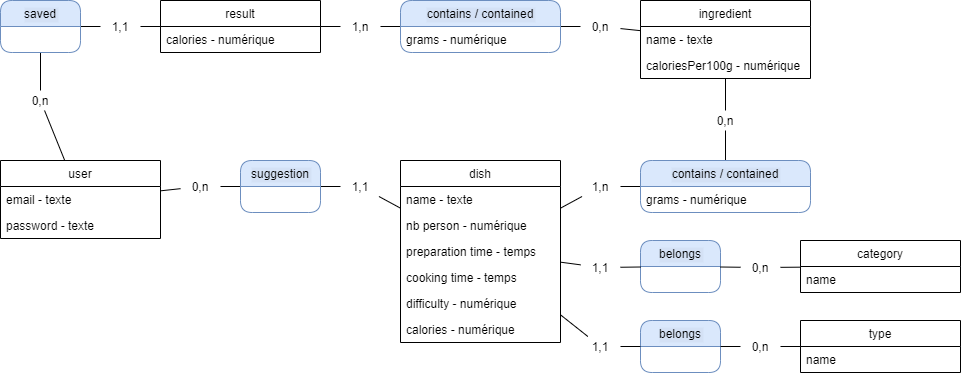
Before: Documentation/mcd.png, a diagram exported from draw.io (DrSouka/DishCC). Source tidied: cells renumbered, new cells last; positions are measured from the earlier drawing's top-left corner, leaving out a move shared by most shapes.
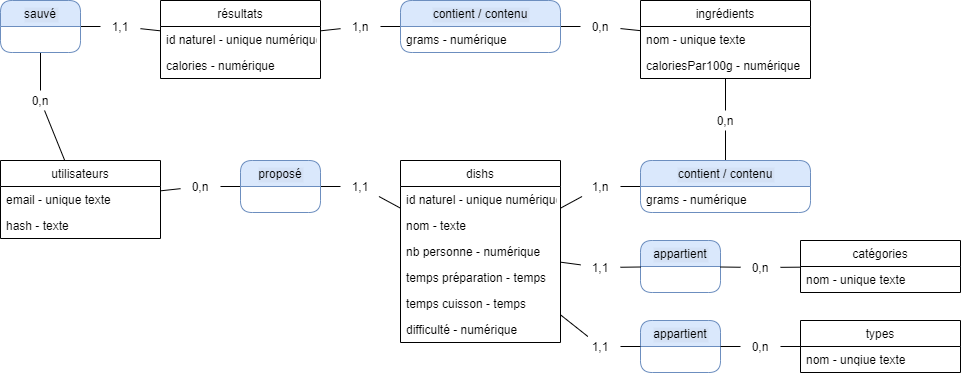
Above is the later version.

Change to the diagram source:
```diff
@@ -20,36 +20,36 @@
     <mxCell id="7" style="endArrow=none;html=1;" parent="1" edge="1" source="64" target="6">
       <mxGeometry relative="1" as="geometry" />
     </mxCell>
-    <mxCell id="8" value="user" style="swimlane;fontStyle=0;horizontal=1;startSize=26;fillColor=none;" parent="1" vertex="1">
+    <mxCell id="8" value="utilisateurs" style="swimlane;fontStyle=0;horizontal=1;startSize=26;fillColor=none;" parent="1" vertex="1">
       <mxGeometry y="160" width="160" height="78" as="geometry" />
     </mxCell>
-    <mxCell id="9" value="email - texte" style="text;strokeColor=none;fillColor=none;align=left;verticalAlign=top;spacingLeft=4;spacingRight=4;overflow=hidden;" parent="8" vertex="1">
+    <mxCell id="9" value="email - unique texte" style="text;strokeColor=none;fillColor=none;align=left;verticalAlign=top;spacingLeft=4;spacingRight=4;overflow=hidden;" parent="8" vertex="1">
       <mxGeometry y="26" width="160" height="26" as="geometry" />
     </mxCell>
-    <mxCell id="10" value="password - texte" style="text;strokeColor=none;fillColor=none;align=left;verticalAlign=top;spacingLeft=4;spacingRight=4;overflow=hidden;" parent="8" vertex="1">
+    <mxCell id="10" value="hash - texte" style="text;strokeColor=none;fillColor=none;align=left;verticalAlign=top;spacingLeft=4;spacingRight=4;overflow=hidden;" parent="8" vertex="1">
       <mxGeometry y="52" width="160" height="26" as="geometry" />
     </mxCell>
-    <mxCell id="11" value="dish" style="swimlane;fontStyle=0;horizontal=1;startSize=26;fillColor=none;" parent="1" vertex="1">
+    <mxCell id="11" value="dishs" style="swimlane;fontStyle=0;horizontal=1;startSize=26;fillColor=none;" parent="1" vertex="1">
       <mxGeometry x="400" y="160" width="160" height="182" as="geometry" />
     </mxCell>
+    <mxCell id="65" value="id naturel - unique numérique" style="text;strokeColor=none;fillColor=none;align=left;verticalAlign=top;spacingLeft=4;spacingRight=4;overflow=hidden;" parent="11" vertex="1">
+      <mxGeometry y="26" width="160" height="26" as="geometry" />
+    </mxCell>
-    <mxCell id="12" value="name - texte" style="text;strokeColor=none;fillColor=none;align=left;verticalAlign=top;spacingLeft=4;spacingRight=4;overflow=hidden;" parent="11" vertex="1">
-      <mxGeometry y="26" width="160" height="26" as="geometry" />
+    <mxCell id="12" value="nom - texte" style="text;strokeColor=none;fillColor=none;align=left;verticalAlign=top;spacingLeft=4;spacingRight=4;overflow=hidden;" parent="11" vertex="1">
+      <mxGeometry y="52" width="160" height="26" as="geometry" />
     </mxCell>
-    <mxCell id="13" value="nb person - numérique" style="text;strokeColor=none;fillColor=none;align=left;verticalAlign=top;spacingLeft=4;spacingRight=4;overflow=hidden;" parent="11" vertex="1">
-      <mxGeometry y="52" width="160" height="26" as="geometry" />
+    <mxCell id="13" value="nb personne - numérique" style="text;strokeColor=none;fillColor=none;align=left;verticalAlign=top;spacingLeft=4;spacingRight=4;overflow=hidden;" parent="11" vertex="1">
+      <mxGeometry y="78" width="160" height="26" as="geometry" />
     </mxCell>
-    <mxCell id="14" value="preparation time - temps" style="text;strokeColor=none;fillColor=none;align=left;verticalAlign=top;spacingLeft=4;spacingRight=4;overflow=hidden;" parent="11" vertex="1">
-      <mxGeometry y="78" width="160" height="26" as="geometry" />
+    <mxCell id="14" value="temps préparation - temps" style="text;strokeColor=none;fillColor=none;align=left;verticalAlign=top;spacingLeft=4;spacingRight=4;overflow=hidden;" parent="11" vertex="1">
+      <mxGeometry y="104" width="160" height="26" as="geometry" />
     </mxCell>
-    <mxCell id="15" value="cooking time - temps" style="text;strokeColor=none;fillColor=none;align=left;verticalAlign=top;spacingLeft=4;spacingRight=4;overflow=hidden;" parent="11" vertex="1">
-      <mxGeometry y="104" width="160" height="26" as="geometry" />
+    <mxCell id="15" value="temps cuisson - temps" style="text;strokeColor=none;fillColor=none;align=left;verticalAlign=top;spacingLeft=4;spacingRight=4;overflow=hidden;" parent="11" vertex="1">
+      <mxGeometry y="130" width="160" height="26" as="geometry" />
     </mxCell>
-    <mxCell id="16" value="difficulty - numérique" style="text;strokeColor=none;fillColor=none;align=left;verticalAlign=top;spacingLeft=4;spacingRight=4;overflow=hidden;" parent="11" vertex="1">
-      <mxGeometry y="130" width="160" height="26" as="geometry" />
+    <mxCell id="16" value="difficulté - numérique" style="text;strokeColor=none;fillColor=none;align=left;verticalAlign=top;spacingLeft=4;spacingRight=4;overflow=hidden;" parent="11" vertex="1">
+      <mxGeometry y="156" width="160" height="26" as="geometry" />
     </mxCell>
-    <mxCell id="17" value="calories - numérique" style="text;strokeColor=none;fillColor=none;align=left;verticalAlign=top;spacingLeft=4;spacingRight=4;overflow=hidden;" parent="11" vertex="1">
-      <mxGeometry y="156" width="160" height="26" as="geometry" />
-    </mxCell>
     <mxCell id="18" style="endArrow=none;html=1;" parent="1" edge="1" source="20" target="8">
       <mxGeometry relative="1" as="geometry" />
     </mxCell>
@@ -86,19 +86,19 @@
     <mxCell id="29" style="endArrow=none;html=1;" parent="1" edge="1" source="61" target="28">
       <mxGeometry relative="1" as="geometry" />
     </mxCell>
-    <mxCell id="30" value="belongs" style="swimlane;fontStyle=0;horizontal=1;startSize=26;rounded=1;labelBackgroundColor=#D4E1F5;fillColor=#dae8fc;strokeColor=#6c8ebf;" parent="1" vertex="1">
+    <mxCell id="30" value="appartient" style="swimlane;fontStyle=0;horizontal=1;startSize=26;rounded=1;labelBackgroundColor=#D4E1F5;fillColor=#dae8fc;strokeColor=#6c8ebf;" parent="1" vertex="1">
       <mxGeometry x="640" y="240" width="80" height="52" as="geometry" />
     </mxCell>
-    <mxCell id="31" value="category" style="swimlane;fontStyle=0;horizontal=1;startSize=26;fillColor=none;" parent="1" vertex="1">
+    <mxCell id="31" value="catégories" style="swimlane;fontStyle=0;horizontal=1;startSize=26;fillColor=none;" parent="1" vertex="1">
       <mxGeometry x="800" y="240" width="160" height="52" as="geometry" />
     </mxCell>
-    <mxCell id="32" value="name" style="text;strokeColor=none;fillColor=none;align=left;verticalAlign=top;spacingLeft=4;spacingRight=4;overflow=hidden;" parent="31" vertex="1">
+    <mxCell id="32" value="nom - unique texte" style="text;strokeColor=none;fillColor=none;align=left;verticalAlign=top;spacingLeft=4;spacingRight=4;overflow=hidden;" parent="31" vertex="1">
       <mxGeometry y="26" width="160" height="26" as="geometry" />
     </mxCell>
-    <mxCell id="33" value="type" style="swimlane;fontStyle=0;horizontal=1;startSize=26;fillColor=none;" parent="1" vertex="1">
+    <mxCell id="33" value="types" style="swimlane;fontStyle=0;horizontal=1;startSize=26;fillColor=none;" parent="1" vertex="1">
       <mxGeometry x="800" y="320" width="160" height="52" as="geometry" />
     </mxCell>
-    <mxCell id="34" value="name" style="text;strokeColor=none;fillColor=none;align=left;verticalAlign=top;spacingLeft=4;spacingRight=4;overflow=hidden;" parent="33" vertex="1">
+    <mxCell id="34" value="nom - unqiue texte" style="text;strokeColor=none;fillColor=none;align=left;verticalAlign=top;spacingLeft=4;spacingRight=4;overflow=hidden;" parent="33" vertex="1">
       <mxGeometry y="26" width="160" height="26" as="geometry" />
     </mxCell>
     <mxCell id="35" style="endArrow=none;html=1;" parent="1" edge="1" source="37" target="54">
@@ -122,7 +122,7 @@
     <mxCell id="41" style="endArrow=none;html=1;" parent="1" edge="1" source="48" target="30">
       <mxGeometry relative="1" as="geometry" />
     </mxCell>
-    <mxCell id="42" value="belongs" style="swimlane;fontStyle=0;horizontal=1;startSize=26;rounded=1;labelBackgroundColor=#D4E1F5;fillColor=#dae8fc;strokeColor=#6c8ebf;" parent="1" vertex="1">
+    <mxCell id="42" value="appartient" style="swimlane;fontStyle=0;horizontal=1;startSize=26;rounded=1;labelBackgroundColor=#D4E1F5;fillColor=#dae8fc;strokeColor=#6c8ebf;" parent="1" vertex="1">
       <mxGeometry x="640" y="320" width="80" height="52" as="geometry" />
     </mxCell>
     <mxCell id="43" style="endArrow=none;html=1;" parent="1" edge="1" source="50" target="42">
@@ -158,37 +158,40 @@
     <mxCell id="53" style="endArrow=none;html=1;" parent="1" edge="1" source="42" target="52">
       <mxGeometry relative="1" as="geometry" />
     </mxCell>
-    <mxCell id="54" value="contains / contained" style="swimlane;fontStyle=0;horizontal=1;startSize=26;rounded=1;labelBackgroundColor=#D4E1F5;fillColor=#dae8fc;strokeColor=#6c8ebf;" parent="1" vertex="1">
+    <mxCell id="54" value="contient / contenu" style="swimlane;fontStyle=0;horizontal=1;startSize=26;rounded=1;labelBackgroundColor=#D4E1F5;fillColor=#dae8fc;strokeColor=#6c8ebf;" parent="1" vertex="1">
       <mxGeometry x="640" y="160" width="170" height="52" as="geometry" />
     </mxCell>
     <mxCell id="55" value="grams - numérique" style="text;strokeColor=none;fillColor=none;align=left;verticalAlign=top;spacingLeft=4;spacingRight=4;overflow=hidden;" parent="54" vertex="1">
       <mxGeometry y="26" width="170" height="26" as="geometry" />
     </mxCell>
-    <mxCell id="56" value="ingredient" style="swimlane;fontStyle=0;horizontal=1;startSize=26;fillColor=none;" parent="1" vertex="1">
+    <mxCell id="56" value="ingrédients" style="swimlane;fontStyle=0;horizontal=1;startSize=26;fillColor=none;" parent="1" vertex="1">
       <mxGeometry x="640" width="170" height="78" as="geometry" />
     </mxCell>
-    <mxCell id="57" value="name - texte" style="text;strokeColor=none;fillColor=none;align=left;verticalAlign=top;spacingLeft=4;spacingRight=4;overflow=hidden;" parent="56" vertex="1">
+    <mxCell id="57" value="nom - unique texte" style="text;strokeColor=none;fillColor=none;align=left;verticalAlign=top;spacingLeft=4;spacingRight=4;overflow=hidden;" parent="56" vertex="1">
       <mxGeometry y="26" width="170" height="26" as="geometry" />
     </mxCell>
-    <mxCell id="58" value="caloriesPer100g - numérique" style="text;strokeColor=none;fillColor=none;align=left;verticalAlign=top;spacingLeft=4;spacingRight=4;overflow=hidden;" parent="56" vertex="1">
+    <mxCell id="58" value="caloriesPar100g - numérique" style="text;strokeColor=none;fillColor=none;align=left;verticalAlign=top;spacingLeft=4;spacingRight=4;overflow=hidden;" parent="56" vertex="1">
       <mxGeometry y="52" width="170" height="26" as="geometry" />
     </mxCell>
-    <mxCell id="59" value="contains / contained" style="swimlane;fontStyle=0;horizontal=1;startSize=26;rounded=1;labelBackgroundColor=#D4E1F5;fillColor=#dae8fc;strokeColor=#6c8ebf;" parent="1" vertex="1">
+    <mxCell id="59" value="contient / contenu" style="swimlane;fontStyle=0;horizontal=1;startSize=26;rounded=1;labelBackgroundColor=#D4E1F5;fillColor=#dae8fc;strokeColor=#6c8ebf;" parent="1" vertex="1">
       <mxGeometry x="400" width="160" height="52" as="geometry" />
     </mxCell>
     <mxCell id="60" value="grams - numérique" style="text;strokeColor=none;fillColor=none;align=left;verticalAlign=top;spacingLeft=4;spacingRight=4;overflow=hidden;" parent="59" vertex="1">
       <mxGeometry y="26" width="160" height="26" as="geometry" />
     </mxCell>
-    <mxCell id="61" value="result" style="swimlane;fontStyle=0;horizontal=1;startSize=26;fillColor=none;" parent="1" vertex="1">
-      <mxGeometry x="160" width="160" height="52" as="geometry" />
+    <mxCell id="61" value="résultats" style="swimlane;fontStyle=0;horizontal=1;startSize=26;fillColor=none;" parent="1" vertex="1">
+      <mxGeometry x="160" width="160" height="78" as="geometry" />
     </mxCell>
+    <mxCell id="66" value="id naturel - unique numérique" style="text;strokeColor=none;fillColor=none;align=left;verticalAlign=top;spacingLeft=4;spacingRight=4;overflow=hidden;" parent="61" vertex="1">
+      <mxGeometry y="26" width="160" height="26" as="geometry" />
+    </mxCell>
     <mxCell id="62" value="calories - numérique" style="text;strokeColor=none;fillColor=none;align=left;verticalAlign=top;spacingLeft=4;spacingRight=4;overflow=hidden;" parent="61" vertex="1">
-      <mxGeometry y="26" width="160" height="26" as="geometry" />
+      <mxGeometry y="52" width="160" height="26" as="geometry" />
     </mxCell>
-    <mxCell id="63" value="saved" style="swimlane;fontStyle=0;horizontal=1;startSize=26;rounded=1;labelBackgroundColor=#D4E1F5;fillColor=#dae8fc;strokeColor=#6c8ebf;" parent="1" vertex="1">
+    <mxCell id="63" value="sauvé" style="swimlane;fontStyle=0;horizontal=1;startSize=26;rounded=1;labelBackgroundColor=#D4E1F5;fillColor=#dae8fc;strokeColor=#6c8ebf;" parent="1" vertex="1">
       <mxGeometry width="80" height="52" as="geometry" />
     </mxCell>
-    <mxCell id="64" value="suggestion" style="swimlane;fontStyle=0;horizontal=1;startSize=26;rounded=1;labelBackgroundColor=#D4E1F5;fillColor=#dae8fc;strokeColor=#6c8ebf;" parent="1" vertex="1">
+    <mxCell id="64" value="proposé" style="swimlane;fontStyle=0;horizontal=1;startSize=26;rounded=1;labelBackgroundColor=#D4E1F5;fillColor=#dae8fc;strokeColor=#6c8ebf;" parent="1" vertex="1">
       <mxGeometry x="240" y="160" width="80" height="52" as="geometry" />
     </mxCell>
   </root>
```
